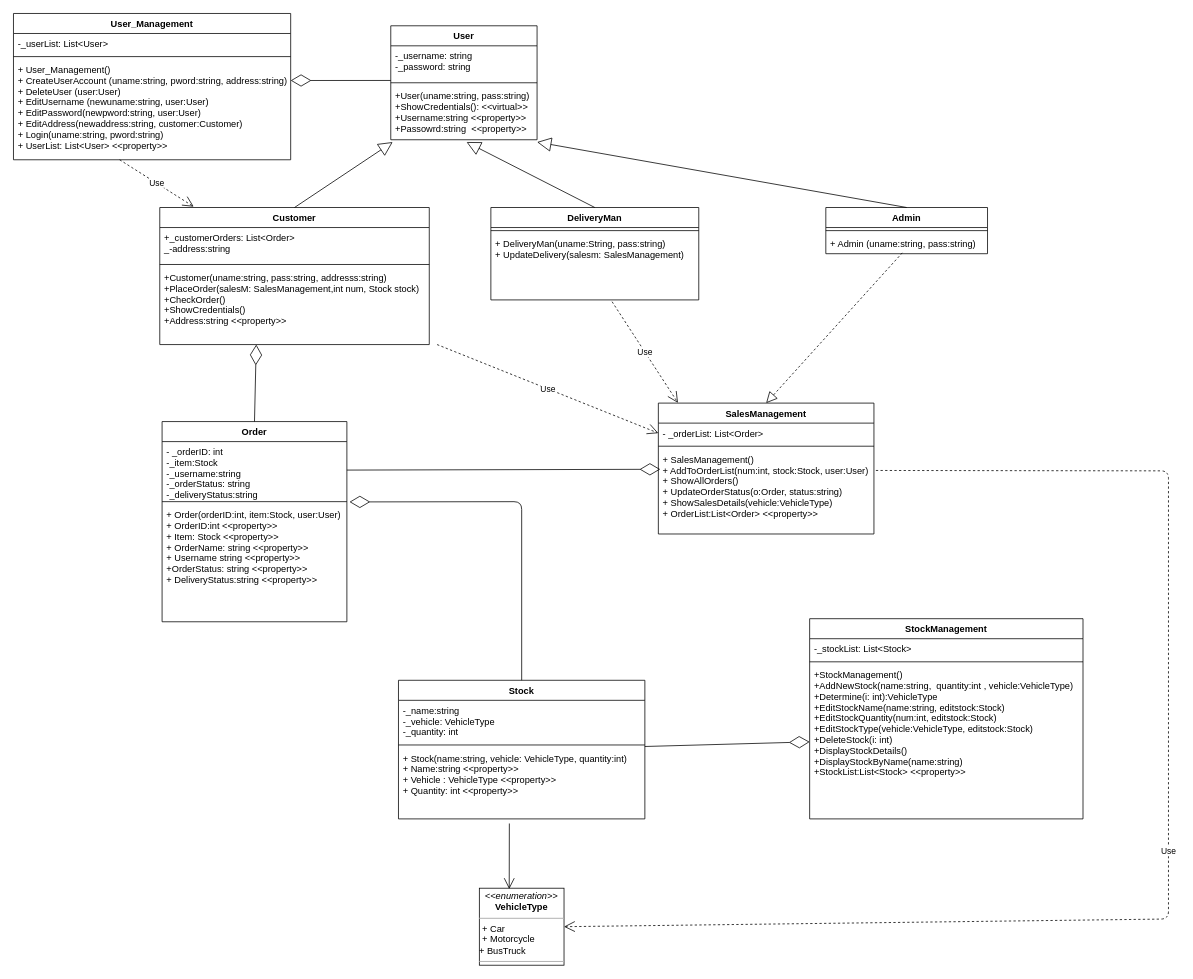
Earlier version of the draw.io diagram PassTask13.drawio (LastMinuteBanter/DistinctionTaskUML). Source tidied: cells renumbered, new cells numbered last; positions are measured from the earlier drawing's top-left corner, leaving out a move shared by most shapes. Both pictures are drawn from the tidied source at 77%, with x=0, y=0 at pixel (13, 13).
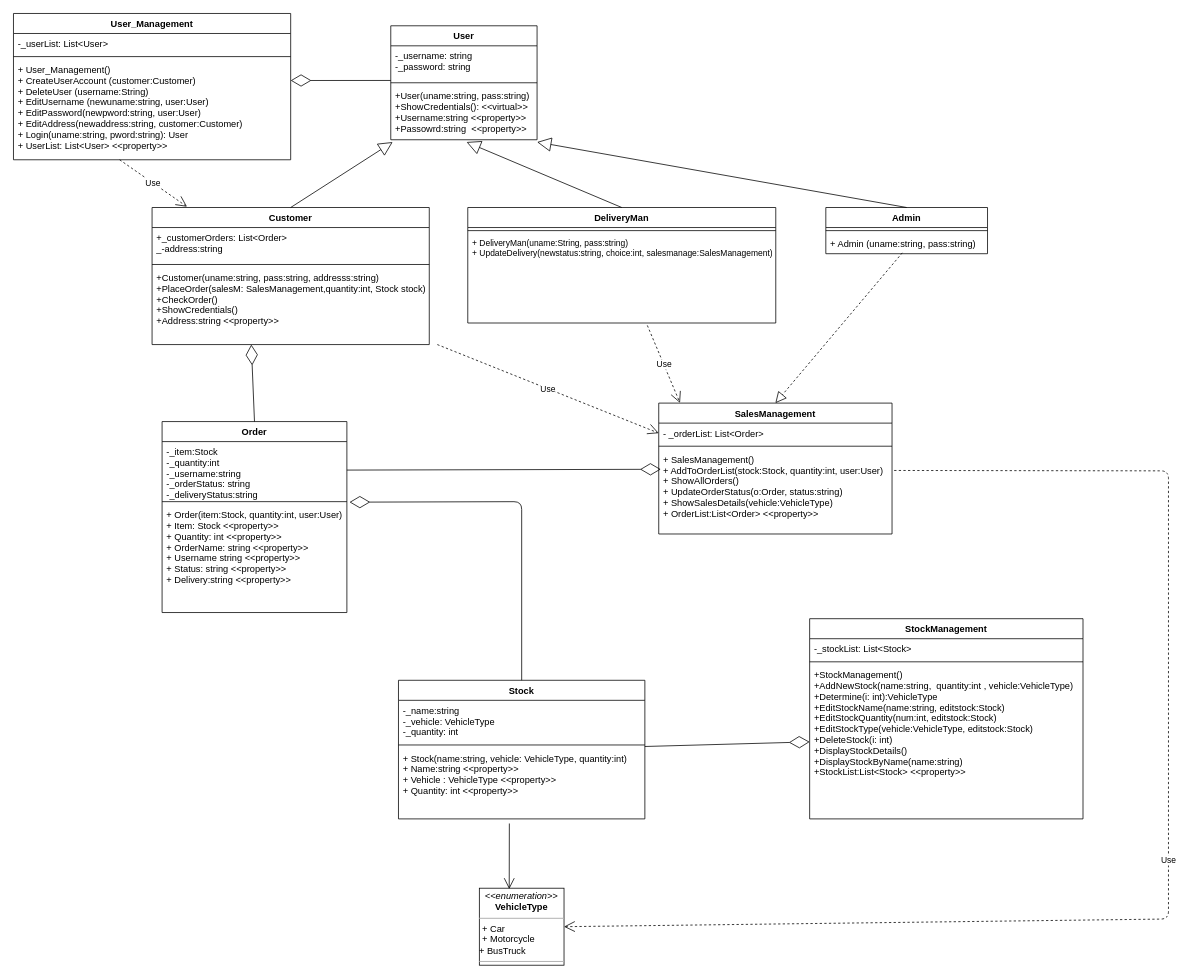
Above is the later version.

Unchanged cells that the change refers to:
```xml
<mxCell id="2" value="User_Management" style="swimlane;fontStyle=1;align=center;verticalAlign=top;horizontal=1;startSize=26;" parent="1" vertex="1">
  <mxGeometry width="360" height="190" as="geometry" />
</mxCell>
```

The edit, as a diff of the source:
```diff
@@
-    <mxCell id="5" value="+ User_Management()&#10;+ CreateUserAccount (uname:string, pword:string, address:string)&#10;+ DeleteUser (user:User)&#10;+ EditUsername (newuname:string, user:User)&#10;+ EditPassword(newpword:string, user:User)&#10;+ EditAddress(newaddress:string, customer:Customer)&#10;+ Login(uname:string, pword:string)&#10;+ UserList: List&lt;User&gt; &lt;&lt;property&gt;&gt;&#10;&#10;&#10;" style="text;strokeColor=none;fillColor=none;align=left;verticalAlign=top;spacingLeft=4;spacingRight=4;overflow=hidden;points=[[0,0.5],[1,0.5]];portConstraint=eastwest;" parent="2" vertex="1">
+    <mxCell id="5" value="+ User_Management()&#10;+ CreateUserAccount (customer:Customer)&#10;+ DeleteUser (username:String)&#10;+ EditUsername (newuname:string, user:User)&#10;+ EditPassword(newpword:string, user:User)&#10;+ EditAddress(newaddress:string, customer:Customer)&#10;+ Login(uname:string, pword:string): User&#10;+ UserList: List&lt;User&gt; &lt;&lt;property&gt;&gt;&#10;&#10;&#10;" style="text;strokeColor=none;fillColor=none;align=left;verticalAlign=top;spacingLeft=4;spacingRight=4;overflow=hidden;points=[[0,0.5],[1,0.5]];portConstraint=eastwest;" parent="2" vertex="1">
       <mxGeometry y="60" width="360" height="130" as="geometry" />
     </mxCell>
@@
     <mxCell id="10" value="Customer" style="swimlane;fontStyle=1;align=center;verticalAlign=top;horizontal=1;startSize=26;" parent="1" vertex="1">
-      <mxGeometry x="190" y="252" width="350" height="178" as="geometry" />
+      <mxGeometry x="180" y="252" width="360" height="178" as="geometry" />
     </mxCell>
     <mxCell id="11" value="+_customerOrders: List&lt;Order&gt;&#10;_-address:string&#10;" style="text;strokeColor=none;fillColor=none;align=left;verticalAlign=top;spacingLeft=4;spacingRight=4;overflow=hidden;" parent="10" vertex="1">
-      <mxGeometry y="26" width="350" height="44" as="geometry" />
+      <mxGeometry y="26" width="360" height="44" as="geometry" />
     </mxCell>
     <mxCell id="12" style="line;strokeWidth=1;fillColor=none;align=left;verticalAlign=middle;spacingTop=-1;spacingLeft=3;spacingRight=3;labelPosition=right;" parent="10" vertex="1">
-      <mxGeometry y="70" width="350" height="8" as="geometry" />
+      <mxGeometry y="70" width="360" height="8" as="geometry" />
     </mxCell>
-    <mxCell id="13" value="+Customer(uname:string, pass:string, addresss:string)&#10;+PlaceOrder(salesM: SalesManagement,int num, Stock stock)&#10;+CheckOrder()&#10;+ShowCredentials() &#10;+Address:string &lt;&lt;property&gt;&gt;&#10;&#10;&#10;" style="text;strokeColor=none;fillColor=none;align=left;verticalAlign=top;spacingLeft=4;spacingRight=4;overflow=hidden;points=[[0,0.5],[1,0.5]];portConstraint=eastwest;" parent="10" vertex="1">
-      <mxGeometry y="78" width="350" height="100" as="geometry" />
+    <mxCell id="13" value="+Customer(uname:string, pass:string, addresss:string)&#10;+PlaceOrder(salesM: SalesManagement,quantity:int, Stock stock)&#10;+CheckOrder()&#10;+ShowCredentials() &#10;+Address:string &lt;&lt;property&gt;&gt;&#10;&#10;&#10;" style="text;strokeColor=none;fillColor=none;align=left;verticalAlign=top;spacingLeft=4;spacingRight=4;overflow=hidden;points=[[0,0.5],[1,0.5]];portConstraint=eastwest;" parent="10" vertex="1">
+      <mxGeometry y="78" width="360" height="100" as="geometry" />
     </mxCell>
     <mxCell id="14" value="DeliveryMan" style="swimlane;fontStyle=1;align=center;verticalAlign=top;horizontal=1;startSize=26;" parent="1" vertex="1">
-      <mxGeometry x="620" y="252" width="270" height="120" as="geometry" />
+      <mxGeometry x="590" y="252" width="400" height="150" as="geometry" />
     </mxCell>
     <mxCell id="15" style="line;strokeWidth=1;fillColor=none;align=left;verticalAlign=middle;spacingTop=-1;spacingLeft=3;spacingRight=3;labelPosition=right;" parent="14" vertex="1">
-      <mxGeometry y="26" width="270" height="8" as="geometry" />
+      <mxGeometry y="26" width="400" height="8" as="geometry" />
     </mxCell>
-    <mxCell id="16" value="+ DeliveryMan(uname:String, pass:string)&#10;+ UpdateDelivery(salesm: SalesManagement)&#10;" style="text;strokeColor=none;fillColor=none;align=left;verticalAlign=top;spacingLeft=4;spacingRight=4;overflow=hidden;points=[[0,0.5],[1,0.5]];portConstraint=eastwest;" parent="14" vertex="1">
-      <mxGeometry y="34" width="270" height="86" as="geometry" />
+    <mxCell id="16" value="+ DeliveryMan(uname:String, pass:string)&#10;+ UpdateDelivery(newstatus:string, choice:int, salesmanage:SalesManagement)&#10;" style="text;strokeColor=none;fillColor=none;align=left;verticalAlign=top;spacingLeft=4;spacingRight=4;overflow=hidden;points=[[0,0.5],[1,0.5]];portConstraint=eastwest;fontSize=11;" parent="14" vertex="1">
+      <mxGeometry y="34" width="400" height="116" as="geometry" />
     </mxCell>
@@
     <mxCell id="20" value="Order" style="swimlane;fontStyle=1;align=center;verticalAlign=top;horizontal=1;startSize=26;" parent="1" vertex="1">
-      <mxGeometry x="193" y="530" width="240" height="260" as="geometry" />
+      <mxGeometry x="193" y="530" width="240" height="248" as="geometry" />
     </mxCell>
-    <mxCell id="21" value="- _orderID: int&#10;-_item:Stock&#10;-_username:string&#10;-_orderStatus: string&#10;-_deliveryStatus:string&#10;&#10;&#10;" style="text;strokeColor=none;fillColor=none;align=left;verticalAlign=top;spacingLeft=4;spacingRight=4;overflow=hidden;points=[[0,0.5],[1,0.5]];portConstraint=eastwest;" parent="20" vertex="1">
+    <mxCell id="21" value="-_item:Stock&#10;-_quantity:int&#10;-_username:string&#10;-_orderStatus: string&#10;-_deliveryStatus:string&#10;&#10;&#10;" style="text;strokeColor=none;fillColor=none;align=left;verticalAlign=top;spacingLeft=4;spacingRight=4;overflow=hidden;points=[[0,0.5],[1,0.5]];portConstraint=eastwest;" parent="20" vertex="1">
       <mxGeometry y="26" width="240" height="74" as="geometry" />
     </mxCell>
@@
-    <mxCell id="23" value="+ Order(orderID:int, item:Stock, user:User)&#10;+ OrderID:int &lt;&lt;property&gt;&gt;&#10;+ Item: Stock &lt;&lt;property&gt;&gt;&#10;+ OrderName: string &lt;&lt;property&gt;&gt;&#10;+ Username string &lt;&lt;property&gt;&gt;&#10;+OrderStatus: string &lt;&lt;property&gt;&gt;&#10;+ DeliveryStatus:string &lt;&lt;property&gt;&gt;&#10;" style="text;strokeColor=none;fillColor=none;align=left;verticalAlign=top;spacingLeft=4;spacingRight=4;overflow=hidden;points=[[0,0.5],[1,0.5]];portConstraint=eastwest;" parent="20" vertex="1">
-      <mxGeometry y="108" width="240" height="152" as="geometry" />
+    <mxCell id="23" value="+ Order(item:Stock, quantity:int, user:User)&#10;+ Item: Stock &lt;&lt;property&gt;&gt;&#10;+ Quantity: int &lt;&lt;property&gt;&gt;&#10;+ OrderName: string &lt;&lt;property&gt;&gt;&#10;+ Username string &lt;&lt;property&gt;&gt;&#10;+ Status: string &lt;&lt;property&gt;&gt;&#10;+ Delivery:string &lt;&lt;property&gt;&gt;&#10;" style="text;strokeColor=none;fillColor=none;align=left;verticalAlign=top;spacingLeft=4;spacingRight=4;overflow=hidden;points=[[0,0.5],[1,0.5]];portConstraint=eastwest;" parent="20" vertex="1">
+      <mxGeometry y="108" width="240" height="140" as="geometry" />
     </mxCell>
     <mxCell id="24" value="SalesManagement" style="swimlane;fontStyle=1;align=center;verticalAlign=top;horizontal=1;startSize=26;" parent="1" vertex="1">
-      <mxGeometry x="837.5" y="506" width="280" height="170" as="geometry" />
+      <mxGeometry x="838" y="506" width="303" height="170" as="geometry" />
     </mxCell>
     <mxCell id="25" value="- _orderList: List&lt;Order&gt;" style="text;strokeColor=none;fillColor=none;align=left;verticalAlign=top;spacingLeft=4;spacingRight=4;overflow=hidden;points=[[0,0.5],[1,0.5]];portConstraint=eastwest;" parent="24" vertex="1">
-      <mxGeometry y="26" width="280" height="26" as="geometry" />
+      <mxGeometry y="26" width="303" height="26" as="geometry" />
     </mxCell>
     <mxCell id="26" style="line;strokeWidth=1;fillColor=none;align=left;verticalAlign=middle;spacingTop=-1;spacingLeft=3;spacingRight=3;labelPosition=right;" parent="24" vertex="1">
-      <mxGeometry y="52" width="280" height="8" as="geometry" />
+      <mxGeometry y="52" width="303" height="8" as="geometry" />
     </mxCell>
-    <mxCell id="27" value="+ SalesManagement()&#10;+ AddToOrderList(num:int, stock:Stock, user:User)&#10;+ ShowAllOrders()&#10;+ UpdateOrderStatus(o:Order, status:string)&#10;+ ShowSalesDetails(vehicle:VehicleType)&#10;+ OrderList:List&lt;Order&gt; &lt;&lt;property&gt;&gt;&#10;&#10;&#10;&#10;" style="text;strokeColor=none;fillColor=none;align=left;verticalAlign=top;spacingLeft=4;spacingRight=4;overflow=hidden;points=[[0,0.5],[1,0.5]];portConstraint=eastwest;" parent="24" vertex="1">
-      <mxGeometry y="60" width="280" height="110" as="geometry" />
+    <mxCell id="27" value="+ SalesManagement()&#10;+ AddToOrderList(stock:Stock, quantity:int, user:User)&#10;+ ShowAllOrders()&#10;+ UpdateOrderStatus(o:Order, status:string)&#10;+ ShowSalesDetails(vehicle:VehicleType)&#10;+ OrderList:List&lt;Order&gt; &lt;&lt;property&gt;&gt;&#10;&#10;&#10;&#10;" style="text;strokeColor=none;fillColor=none;align=left;verticalAlign=top;spacingLeft=4;spacingRight=4;overflow=hidden;points=[[0,0.5],[1,0.5]];portConstraint=eastwest;" parent="24" vertex="1">
+      <mxGeometry y="60" width="303" height="110" as="geometry" />
     </mxCell>
```
